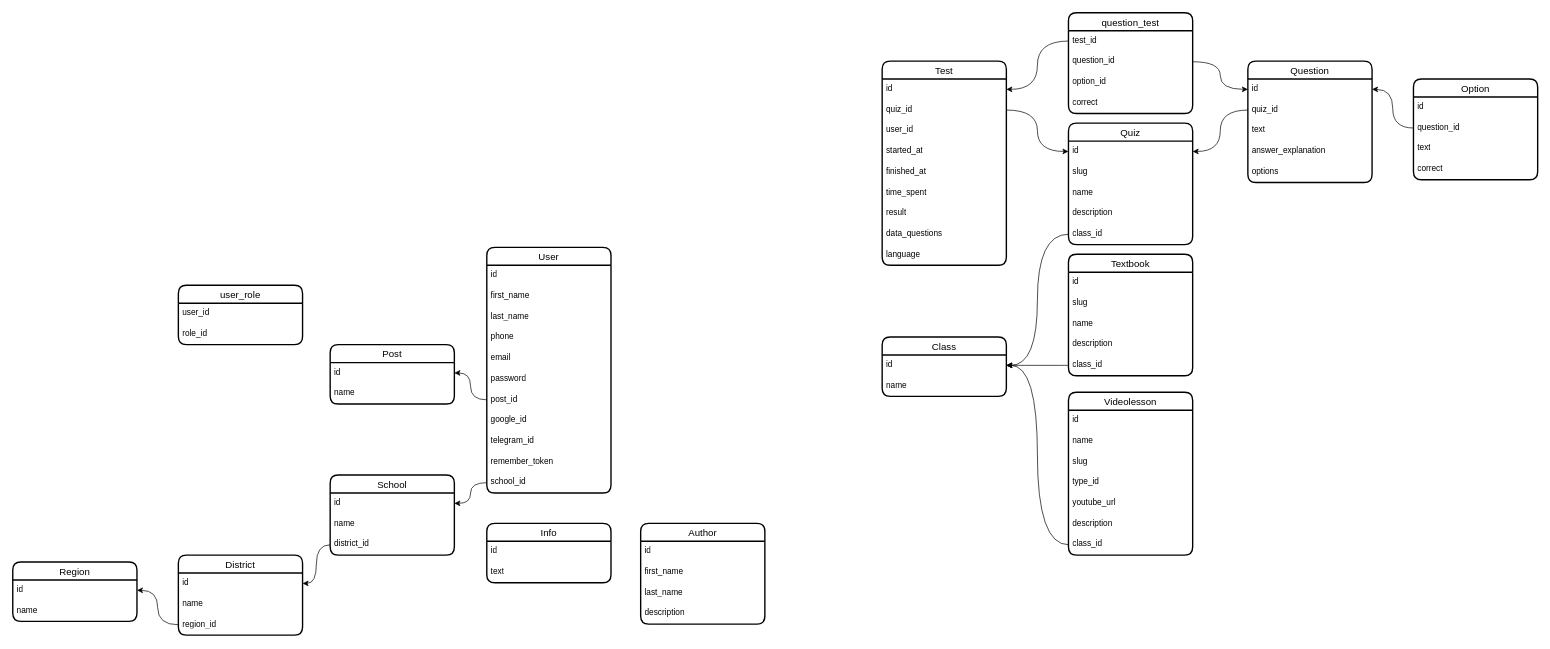
Above: karsoft-learn-platform.drawio in iztileuoff/databases (draw.io), before the change. Source tidied: cells renumbered, new cells numbered last; positions are measured from the earlier drawing's top-left corner, leaving out a move shared by most shapes. Both pictures are drawn from the tidied source at 69%, with x=0, y=0 at pixel (12, 12).
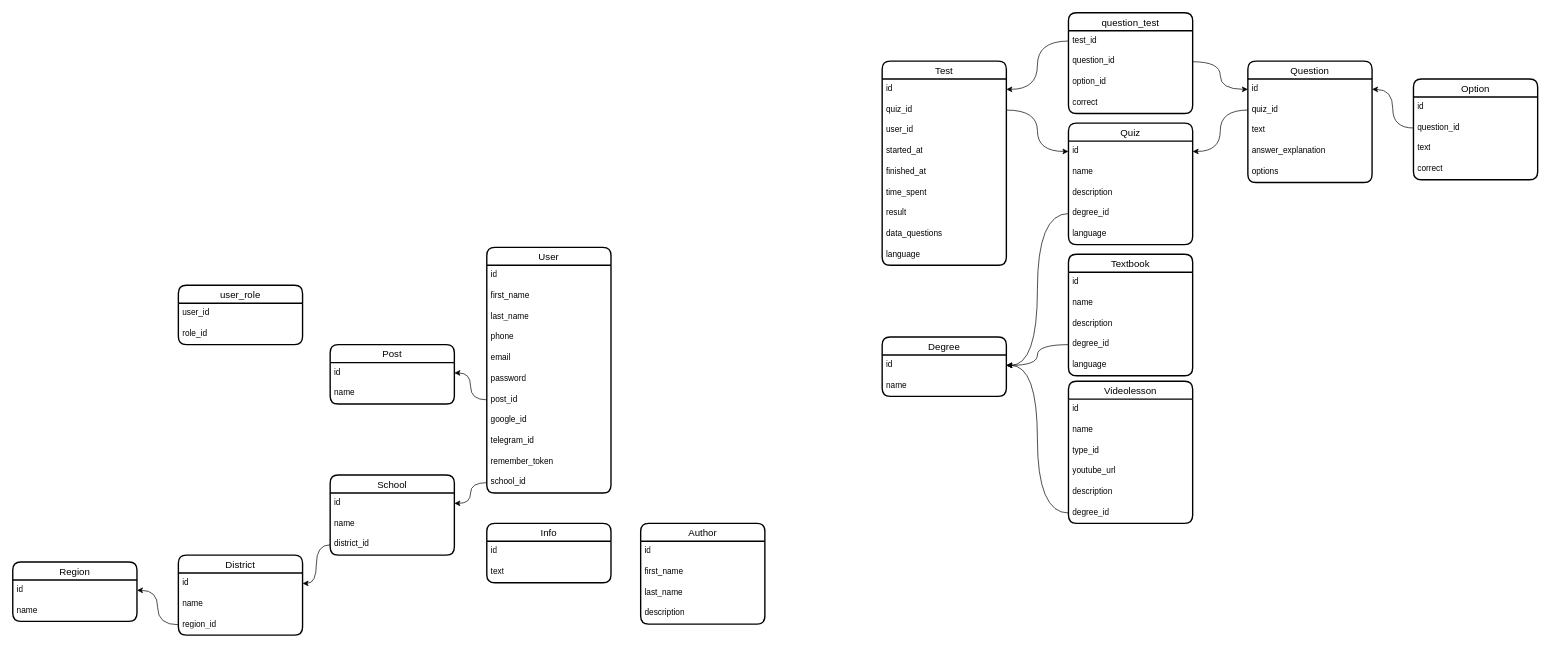
The same diagram, later.

The change refers to these unchanged cells:
```xml
<mxCell id="20" value="Quiz" style="swimlane;fontStyle=0;horizontal=1;startSize=26;align=center;fontSize=14;strokeWidth=2;rounded=1;shadow=0;glass=0;swimlaneLine=1;labelBackgroundColor=none;labelBorderColor=none;textShadow=0;" parent="1" vertex="1">
  <mxGeometry x="1530" y="160" width="180" height="176" as="geometry" />
</mxCell>
<mxCell id="57" value="Textbook" style="swimlane;fontStyle=0;horizontal=1;startSize=26;align=center;fontSize=14;strokeWidth=2;rounded=1;shadow=0;glass=0;swimlaneLine=1;labelBackgroundColor=none;labelBorderColor=none;textShadow=0;" parent="1" vertex="1">
  <mxGeometry x="1530" y="350" width="180" height="176" as="geometry" />
</mxCell>
```

What changed in the source:
```diff
@@
-    <mxCell id="22" value="slug" style="text;strokeColor=none;fillColor=none;spacingLeft=4;spacingRight=4;overflow=hidden;fontSize=12;whiteSpace=wrap;html=1;" parent="20" vertex="1">
-      <mxGeometry y="56" width="180" height="30" as="geometry" />
-    </mxCell>
     <mxCell id="23" value="name" style="text;strokeColor=none;fillColor=none;spacingLeft=4;spacingRight=4;overflow=hidden;fontSize=12;whiteSpace=wrap;html=1;" parent="20" vertex="1">
-      <mxGeometry y="86" width="180" height="30" as="geometry" />
+      <mxGeometry y="56" width="180" height="30" as="geometry" />
     </mxCell>
     <mxCell id="24" value="description" style="text;strokeColor=none;fillColor=none;spacingLeft=4;spacingRight=4;overflow=hidden;fontSize=12;whiteSpace=wrap;html=1;" parent="20" vertex="1">
-      <mxGeometry y="116" width="180" height="30" as="geometry" />
+      <mxGeometry y="86" width="180" height="30" as="geometry" />
     </mxCell>
-    <mxCell id="25" value="class_id" style="text;strokeColor=none;fillColor=none;spacingLeft=4;spacingRight=4;overflow=hidden;points=[[0,0.5],[1,0.5]];portConstraint=eastwest;fontSize=12;whiteSpace=wrap;html=1;" parent="20" vertex="1">
-      <mxGeometry y="146" width="180" height="30" as="geometry" />
+    <mxCell id="25" value="degree_id" style="text;strokeColor=none;fillColor=none;spacingLeft=4;spacingRight=4;overflow=hidden;points=[[0,0.5],[1,0.5]];portConstraint=eastwest;fontSize=12;whiteSpace=wrap;html=1;" parent="20" vertex="1">
+      <mxGeometry y="116" width="180" height="30" as="geometry" />
     </mxCell>
+    <mxCell id="100" value="language" style="text;strokeColor=none;fillColor=none;spacingLeft=4;spacingRight=4;overflow=hidden;fontSize=12;whiteSpace=wrap;html=1;" parent="20" vertex="1">
+      <mxGeometry y="146" width="180" height="30" as="geometry" />
+    </mxCell>
@@
-    <mxCell id="59" value="slug" style="text;strokeColor=none;fillColor=none;spacingLeft=4;spacingRight=4;overflow=hidden;fontSize=12;whiteSpace=wrap;html=1;" parent="57" vertex="1">
-      <mxGeometry y="56" width="180" height="30" as="geometry" />
-    </mxCell>
     <mxCell id="60" value="name" style="text;strokeColor=none;fillColor=none;spacingLeft=4;spacingRight=4;overflow=hidden;fontSize=12;whiteSpace=wrap;html=1;" parent="57" vertex="1">
-      <mxGeometry y="86" width="180" height="30" as="geometry" />
+      <mxGeometry y="56" width="180" height="30" as="geometry" />
     </mxCell>
     <mxCell id="61" value="description" style="text;strokeColor=none;fillColor=none;spacingLeft=4;spacingRight=4;overflow=hidden;fontSize=12;whiteSpace=wrap;html=1;" parent="57" vertex="1">
-      <mxGeometry y="116" width="180" height="30" as="geometry" />
+      <mxGeometry y="86" width="180" height="30" as="geometry" />
     </mxCell>
-    <mxCell id="62" value="class_id" style="text;strokeColor=none;fillColor=none;spacingLeft=4;spacingRight=4;overflow=hidden;points=[[0,0.5],[1,0.5]];portConstraint=eastwest;fontSize=12;whiteSpace=wrap;html=1;" parent="57" vertex="1">
-      <mxGeometry y="146" width="180" height="30" as="geometry" />
+    <mxCell id="62" value="degree_id" style="text;strokeColor=none;fillColor=none;spacingLeft=4;spacingRight=4;overflow=hidden;points=[[0,0.5],[1,0.5]];portConstraint=eastwest;fontSize=12;whiteSpace=wrap;html=1;" parent="57" vertex="1">
+      <mxGeometry y="116" width="180" height="30" as="geometry" />
     </mxCell>
+    <mxCell id="101" value="language" style="text;strokeColor=none;fillColor=none;spacingLeft=4;spacingRight=4;overflow=hidden;fontSize=12;whiteSpace=wrap;html=1;" parent="57" vertex="1">
+      <mxGeometry y="146" width="180" height="30" as="geometry" />
+    </mxCell>
     <mxCell id="63" value="Videolesson" style="swimlane;fontStyle=0;horizontal=1;startSize=26;align=center;fontSize=14;strokeWidth=2;rounded=1;shadow=0;glass=0;swimlaneLine=1;labelBackgroundColor=none;labelBorderColor=none;textShadow=0;" parent="1" vertex="1">
-      <mxGeometry x="1530" y="550" width="180" height="236" as="geometry" />
+      <mxGeometry x="1530" y="534" width="180" height="206" as="geometry" />
     </mxCell>
@@
-    <mxCell id="66" value="slug" style="text;strokeColor=none;fillColor=none;spacingLeft=4;spacingRight=4;overflow=hidden;fontSize=12;whiteSpace=wrap;html=1;" parent="63" vertex="1">
-      <mxGeometry y="86" width="180" height="30" as="geometry" />
-    </mxCell>
     <mxCell id="67" value="type_id" style="text;strokeColor=none;fillColor=none;spacingLeft=4;spacingRight=4;overflow=hidden;fontSize=12;whiteSpace=wrap;html=1;" parent="63" vertex="1">
-      <mxGeometry y="116" width="180" height="30" as="geometry" />
+      <mxGeometry y="86" width="180" height="30" as="geometry" />
     </mxCell>
     <mxCell id="68" value="youtube_url" style="text;strokeColor=none;fillColor=none;spacingLeft=4;spacingRight=4;overflow=hidden;fontSize=12;whiteSpace=wrap;html=1;" parent="63" vertex="1">
-      <mxGeometry y="146" width="180" height="30" as="geometry" />
+      <mxGeometry y="116" width="180" height="30" as="geometry" />
     </mxCell>
     <mxCell id="69" value="description" style="text;strokeColor=none;fillColor=none;spacingLeft=4;spacingRight=4;overflow=hidden;fontSize=12;whiteSpace=wrap;html=1;" parent="63" vertex="1">
-      <mxGeometry y="176" width="180" height="30" as="geometry" />
+      <mxGeometry y="146" width="180" height="30" as="geometry" />
     </mxCell>
-    <mxCell id="70" value="class_id" style="text;strokeColor=none;fillColor=none;spacingLeft=4;spacingRight=4;overflow=hidden;points=[[0,0.5],[1,0.5]];portConstraint=eastwest;fontSize=12;whiteSpace=wrap;html=1;" parent="63" vertex="1">
-      <mxGeometry y="206" width="180" height="30" as="geometry" />
+    <mxCell id="70" value="degree_id" style="text;strokeColor=none;fillColor=none;spacingLeft=4;spacingRight=4;overflow=hidden;points=[[0,0.5],[1,0.5]];portConstraint=eastwest;fontSize=12;whiteSpace=wrap;html=1;" parent="63" vertex="1">
+      <mxGeometry y="176" width="180" height="30" as="geometry" />
     </mxCell>
@@
-    <mxCell id="74" value="Class" style="swimlane;fontStyle=0;horizontal=1;startSize=26;align=center;fontSize=14;strokeWidth=2;rounded=1;shadow=0;glass=0;swimlaneLine=1;labelBackgroundColor=none;labelBorderColor=none;textShadow=0;" parent="1" vertex="1">
+    <mxCell id="74" value="Degree" style="swimlane;fontStyle=0;horizontal=1;startSize=26;align=center;fontSize=14;strokeWidth=2;rounded=1;shadow=0;glass=0;swimlaneLine=1;labelBackgroundColor=none;labelBorderColor=none;textShadow=0;" parent="1" vertex="1">
       <mxGeometry x="1260" y="470" width="180" height="86" as="geometry" />
     </mxCell>
```
